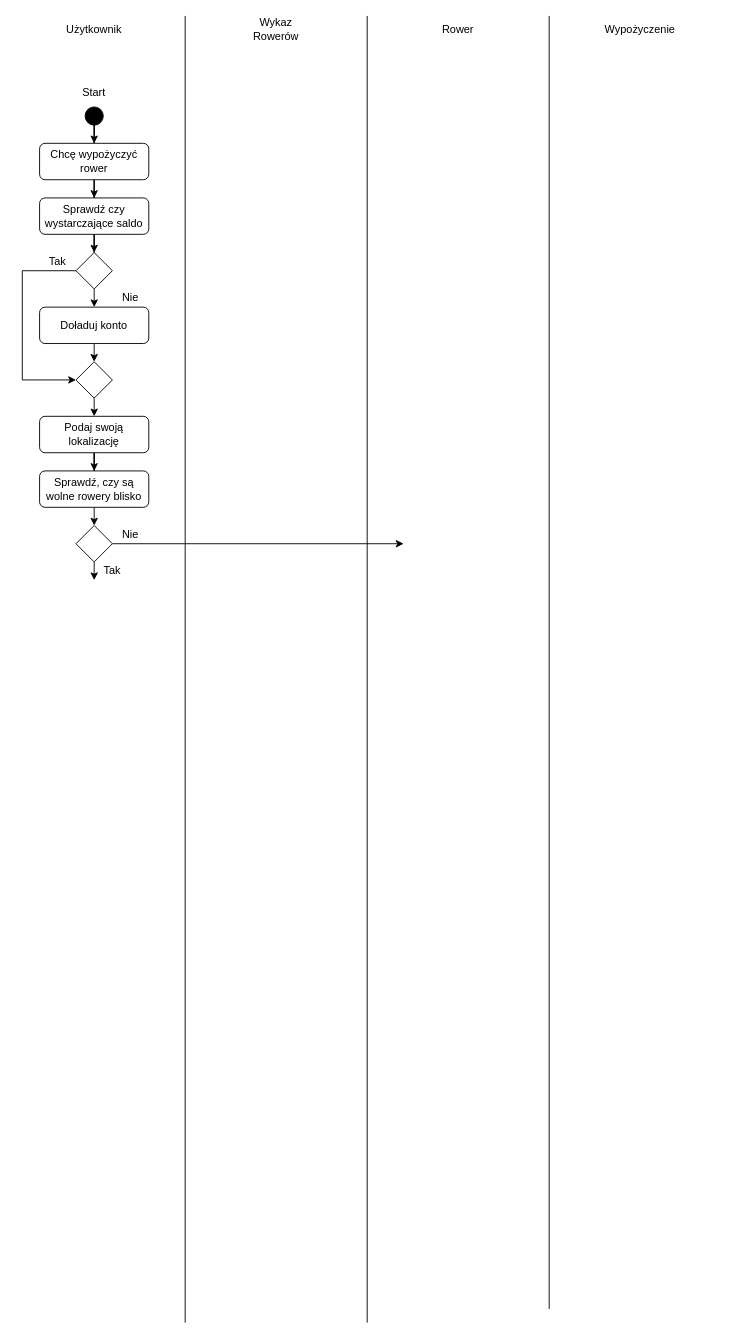
Above: DiagramCzynnosci.drawio in KarolinaPiechowicz05/2024-12-31 (draw.io), before the change. Source tidied: cells renumbered, new cells numbered last; positions are measured from the earlier drawing's top-left corner, leaving out a move shared by most shapes. Both pictures are drawn from the tidied source at 91%, with x=0, y=0 at pixel (22, 15).
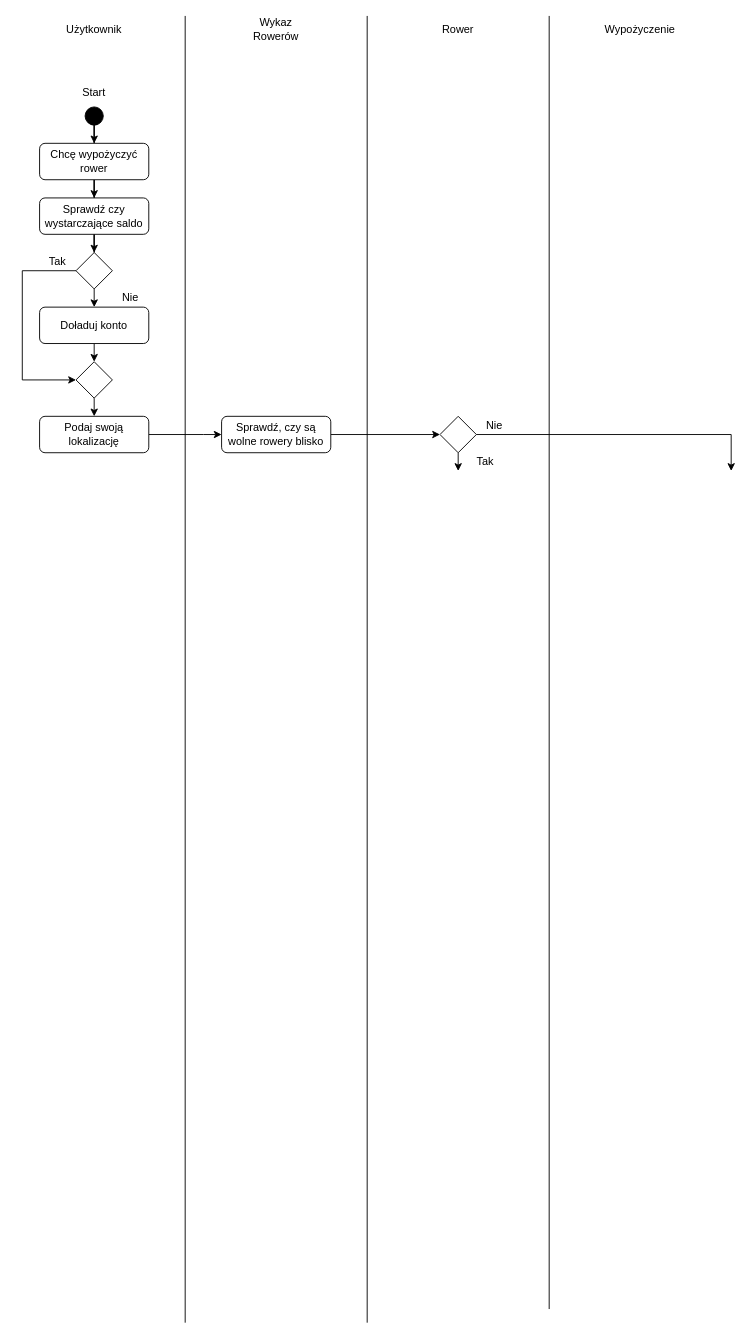
The same diagram, later.

The change refers to these unchanged cells:
```xml
<mxCell id="20" value="Podaj swoją lokalizację" style="rounded=1;whiteSpace=wrap;html=1;" parent="1" vertex="1">
  <mxGeometry x="19" y="440" width="120" height="40" as="geometry" />
</mxCell>
```

The edit, as a diff of the source:
```diff
@@
-    <mxCell id="19" style="edgeStyle=orthogonalEdgeStyle;rounded=0;jettySize=auto;html=1;entryX=0.5;entryY=0;entryDx=0;entryDy=0;" parent="1" edge="1" source="20" target="22">
-      <mxGeometry relative="1" as="geometry" />
+    <mxCell id="19" style="edgeStyle=orthogonalEdgeStyle;rounded=0;jettySize=auto;html=1;entryX=0;entryY=0.5;entryDx=0;entryDy=0;" parent="1" edge="1" source="20" target="22">
+      <mxGeometry relative="1" as="geometry">
+        <Array as="points">
+          <mxPoint x="199" y="460" />
+          <mxPoint x="199" y="460" />
+        </Array>
+      </mxGeometry>
     </mxCell>
@@
-    <mxCell id="21" style="edgeStyle=orthogonalEdgeStyle;rounded=0;jettySize=auto;html=1;exitX=0.5;exitY=1;exitDx=0;exitDy=0;entryX=0.5;entryY=0;entryDx=0;entryDy=0;" parent="1" edge="1" source="22" target="25">
+    <mxCell id="21" style="edgeStyle=orthogonalEdgeStyle;rounded=0;jettySize=auto;html=1;exitX=1;exitY=0.5;exitDx=0;exitDy=0;entryX=0;entryY=0.5;entryDx=0;entryDy=0;" parent="1" edge="1" source="22" target="25">
       <mxGeometry relative="1" as="geometry" />
     </mxCell>
     <mxCell id="22" value="Sprawdź, czy są wolne rowery blisko" style="rounded=1;whiteSpace=wrap;html=1;" parent="1" vertex="1">
-      <mxGeometry x="19" y="500" width="120" height="40" as="geometry" />
+      <mxGeometry x="219" y="440" width="120" height="40" as="geometry" />
     </mxCell>
-    <mxCell id="23" style="edgeStyle=orthogonalEdgeStyle;rounded=0;jettySize=auto;html=1;" parent="1" edge="1" source="25">
-      <mxGeometry relative="1" as="geometry">
-        <mxPoint x="419" y="580" as="targetPoint" />
-      </mxGeometry>
-    </mxCell>
-    <mxCell id="24" style="edgeStyle=orthogonalEdgeStyle;rounded=0;jettySize=auto;html=1;" parent="1" edge="1" source="25">
-      <mxGeometry relative="1" as="geometry">
-        <mxPoint x="79" y="620" as="targetPoint" />
-      </mxGeometry>
-    </mxCell>
+    <mxCell id="34" style="edgeStyle=orthogonalEdgeStyle;rounded=0;jettySize=auto;html=1;" parent="1" edge="1" source="25">
+      <mxGeometry relative="1" as="geometry">
+        <mxPoint x="479" y="500" as="targetPoint" />
+      </mxGeometry>
+    </mxCell>
     <mxCell id="25" style="rhombus;whiteSpace=wrap;html=1;" parent="1" vertex="1">
-      <mxGeometry x="59" y="560" width="40" height="40" as="geometry" />
+      <mxGeometry x="459" y="440" width="40" height="40" as="geometry" />
     </mxCell>
     <mxCell id="26" value="Nie" style="text;html=1;align=center;verticalAlign=middle;whiteSpace=wrap;rounded=0;" parent="1" vertex="1">
-      <mxGeometry x="99" y="560" width="40" height="20" as="geometry" />
+      <mxGeometry x="499" y="440" width="40" height="20" as="geometry" />
     </mxCell>
     <mxCell id="27" value="Tak" style="text;html=1;align=center;verticalAlign=middle;whiteSpace=wrap;rounded=0;" parent="1" vertex="1">
-      <mxGeometry x="79" y="600" width="40" height="20" as="geometry" />
+      <mxGeometry x="489" y="480" width="40" height="20" as="geometry" />
     </mxCell>
@@
+    <mxCell id="35" style="endArrow=classic;html=1;rounded=0;exitX=1;exitY=0.5;exitDx=0;exitDy=0;" parent="1" edge="1" source="25">
+      <mxGeometry relative="1" as="geometry">
+        <mxPoint x="779" y="500" as="targetPoint" />
+        <Array as="points">
+          <mxPoint x="779" y="460" />
+        </Array>
+      </mxGeometry>
+    </mxCell>
```
